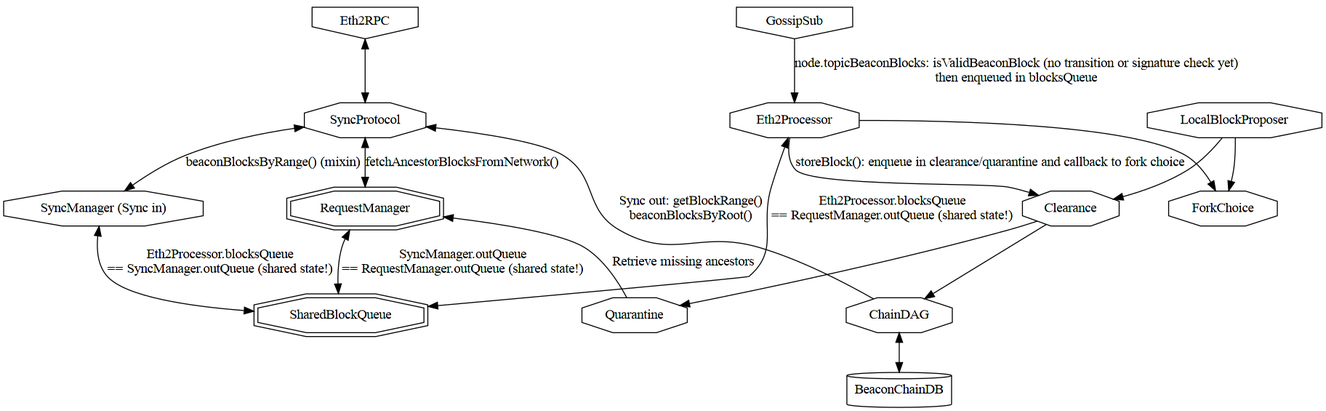
status-im/nimbus-eth2 keeps this Graphviz diagram as docs/block_flow.png. Above is the earlier version. Its source is kept beside it as docs/block_flow.dot.
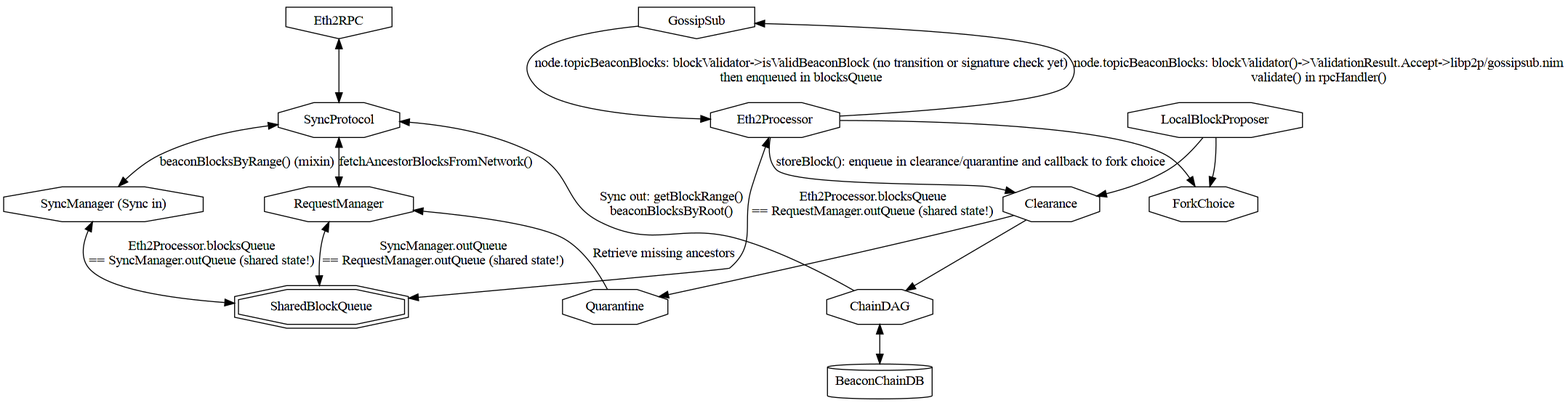
Above is the later version.

The edit, as a diff of the source:
```diff
@@ -1,6 +1,6 @@
 digraph architecture{
   node [shape = invhouse]; Eth2RPC GossipSub;
-  node [shape = octagon]; SyncManager SyncProtocol;
+  node [shape = octagon]; SyncManager SyncProtocol RequestManager;
   SyncManager [label="SyncManager (Sync in)"];
   node [shape = doubleoctagon] SharedBlockQueue;
   {rank = same; SyncManager RequestManager;}
@@ -11,7 +11,9 @@
   Eth2RPC -> SyncProtocol [dir=both]
   SyncProtocol -> SyncManager [dir=both, label="beaconBlocksByRange() (mixin)"]
 
-  GossipSub -> Eth2Processor [label="node.topicBeaconBlocks: isValidBeaconBlock (no transition or signature check yet)\nthen enqueued in blocksQueue"];
+  GossipSub -> Eth2Processor [label="node.topicBeaconBlocks: blockValidator->isValidBeaconBlock (no transition or signature check yet)\nthen enqueued in blocksQueue"];
+  GossipSub -> Eth2Processor [dir=back, label="node.topicBeaconBlocks: blockValidator()->ValidationResult.Accept->libp2p/gossipsub.nim\nvalidate() in rpcHandler()"];
+
   Eth2Processor -> Clearance [label="storeBlock(): enqueue in clearance/quarantine and callback to fork choice"];
   SyncProtocol -> RequestManager [dir=both, label="fetchAncestorBlocksFromNetwork()"];
 
```
